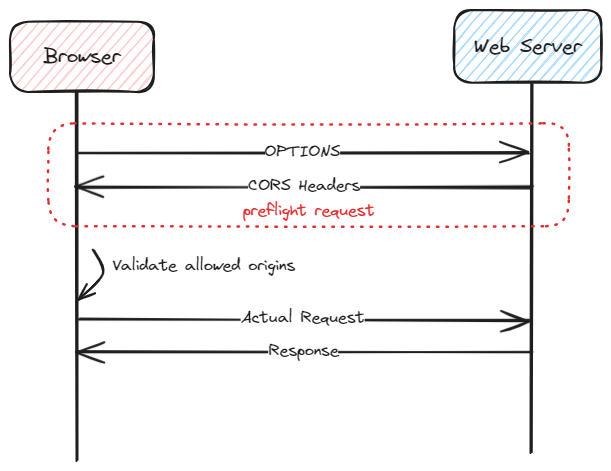
Above: static/img/cors.excalidraw.png in swaroopar/inprogress-engineer (Excalidraw), before the change. Source tidied: one line per element, renumbered; positions are measured from the earlier drawing's top-left corner, leaving out a move shared by most shapes.
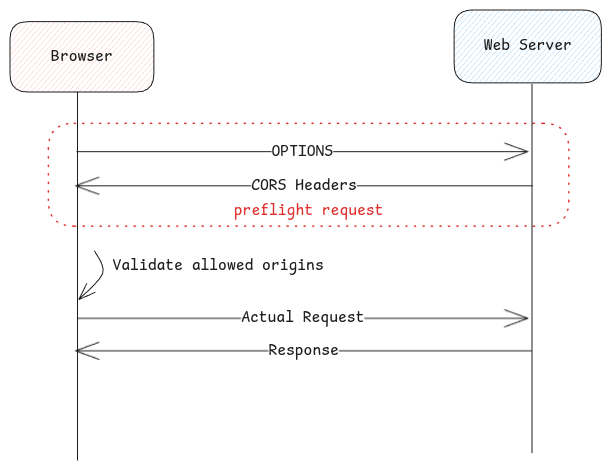
Above is the later version.

What changed in the source:
```diff
@@ -1,18 +1,18 @@
-{"id": 0, "type": "rectangle", "strokeColor": "#1e1e1e", "backgroundColor": "#ffc9c9", "fillStyle": "hachure", "strokeWidth": 2, "roughness": 1, "round": true, "x": 0, "y": 12, "width": 144, "height": 70}
+{"id": 0, "type": "rectangle", "strokeColor": "#1e1e1e", "backgroundColor": "#ffc9c9", "fillStyle": "hachure", "strokeWidth": 1, "roughness": 0, "round": true, "x": 0, "y": 12, "width": 144, "height": 70}
-{"id": 1, "type": "text", "text": "Browser", "strokeColor": "#1e1e1e", "strokeWidth": 2, "roughness": 1, "fontSize": 20, "fontFamily": 1, "textAlign": "center", "verticalAlign": "middle", "inside": 0, "x": 34, "y": 34, "width": 77, "height": 25}
+{"id": 1, "type": "text", "text": "Browser", "strokeColor": "#1e1e1e", "strokeWidth": 2, "roughness": 1, "fontSize": 16, "fontFamily": 8, "textAlign": "center", "verticalAlign": "middle", "inside": 0, "x": 41, "y": 37, "width": 62, "height": 20}
-{"id": 2, "type": "rectangle", "strokeColor": "#1e1e1e", "backgroundColor": "#a5d8ff", "fillStyle": "hachure", "strokeWidth": 2, "roughness": 1, "round": true, "x": 444, "y": 0, "width": 147, "height": 73}
+{"id": 2, "type": "rectangle", "strokeColor": "#1e1e1e", "backgroundColor": "#a5d8ff", "fillStyle": "hachure", "strokeWidth": 1, "roughness": 0, "round": true, "x": 444, "y": 0, "width": 147, "height": 73}
-{"id": 3, "type": "text", "text": "Web Server", "strokeColor": "#1e1e1e", "strokeWidth": 2, "roughness": 1, "fontSize": 20, "fontFamily": 1, "textAlign": "center", "verticalAlign": "middle", "inside": 2, "x": 464, "y": 24, "width": 108, "height": 25}
+{"id": 3, "type": "text", "text": "Web Server", "strokeColor": "#1e1e1e", "strokeWidth": 2, "roughness": 1, "fontSize": 16, "fontFamily": 8, "textAlign": "center", "verticalAlign": "middle", "inside": 2, "x": 474, "y": 26, "width": 88, "height": 20}
-{"id": 4, "type": "line", "strokeColor": "#1e1e1e", "strokeWidth": 2, "roughness": 1, "round": true, "x": 68, "y": 82, "width": 0, "height": 369, "points": [[0, 0], [0, 369]]}
+{"id": 4, "type": "line", "strokeColor": "#1e1e1e", "strokeWidth": 1, "roughness": 0, "round": true, "x": 68, "y": 82, "width": 0, "height": 369, "points": [[0, 0], [0, 369]]}
-{"id": 5, "type": "line", "strokeColor": "#1e1e1e", "strokeWidth": 2, "roughness": 1, "round": true, "x": 522, "y": 74, "width": 0, "height": 369, "points": [[0, 0], [0, 369]]}
+{"id": 5, "type": "line", "strokeColor": "#1e1e1e", "strokeWidth": 1, "roughness": 0, "round": true, "x": 522, "y": 74, "width": 0, "height": 369, "points": [[0, 0], [0, 369]]}
-{"id": 6, "type": "arrow", "strokeColor": "#1e1e1e", "strokeWidth": 2, "roughness": 1, "endArrowhead": "arrow", "round": true, "x": 67, "y": 142, "width": 451, "height": 0, "points": [[0, 0], [451, 0]]}
+{"id": 6, "type": "arrow", "strokeColor": "#1e1e1e", "strokeWidth": 1, "roughness": 0, "endArrowhead": "arrow", "round": true, "x": 67, "y": 142, "width": 451, "height": 0, "points": [[0, 0], [451, 0]]}
-{"id": 7, "type": "text", "text": "OPTIONS", "strokeColor": "#1e1e1e", "strokeWidth": 2, "roughness": 1, "fontSize": 16, "fontFamily": 1, "textAlign": "center", "verticalAlign": "middle", "inside": 6, "x": 255, "y": 132, "width": 75, "height": 20}
+{"id": 7, "type": "text", "text": "OPTIONS", "strokeColor": "#1e1e1e", "strokeWidth": 2, "roughness": 1, "fontSize": 16, "fontFamily": 8, "textAlign": "center", "verticalAlign": "middle", "inside": 6, "x": 262, "y": 132, "width": 62, "height": 20}
-{"id": 8, "type": "arrow", "strokeColor": "#1e1e1e", "strokeWidth": 2, "roughness": 1, "endArrowhead": "arrow", "round": true, "x": 522, "y": 176, "width": 457, "height": 0, "points": [[0, 0], [-457, 0]]}
+{"id": 8, "type": "arrow", "strokeColor": "#1e1e1e", "strokeWidth": 1, "roughness": 0, "endArrowhead": "arrow", "round": true, "x": 522, "y": 176, "width": 457, "height": 0, "points": [[0, 0], [-457, 0]]}
-{"id": 9, "type": "text", "text": "CORS Headers", "strokeColor": "#1e1e1e", "strokeWidth": 2, "roughness": 1, "fontSize": 16, "fontFamily": 1, "textAlign": "center", "verticalAlign": "middle", "inside": 8, "x": 238, "y": 166, "width": 112, "height": 20}
+{"id": 9, "type": "text", "text": "CORS Headers", "strokeColor": "#1e1e1e", "strokeWidth": 2, "roughness": 1, "fontSize": 16, "fontFamily": 8, "textAlign": "center", "verticalAlign": "middle", "inside": 8, "x": 241, "y": 166, "width": 106, "height": 20}
-{"id": 10, "type": "rectangle", "strokeColor": "#e03131", "strokeWidth": 2, "strokeStyle": "dotted", "roughness": 1, "round": true, "x": 38, "y": 113, "width": 520, "height": 103}
+{"id": 10, "type": "rectangle", "strokeColor": "#e03131", "strokeWidth": 1, "strokeStyle": "dotted", "roughness": 0, "round": true, "x": 38, "y": 113, "width": 520, "height": 103}
-{"id": 11, "type": "text", "text": "preflight request", "strokeColor": "#e03131", "strokeWidth": 2, "roughness": 1, "fontSize": 16, "fontFamily": 1, "textAlign": "center", "verticalAlign": "bottom", "inside": 10, "x": 233, "y": 191, "width": 132, "height": 20}
+{"id": 11, "type": "text", "text": "preflight request", "strokeColor": "#e03131", "strokeWidth": 2, "roughness": 1, "fontSize": 16, "fontFamily": 8, "textAlign": "center", "verticalAlign": "bottom", "inside": 10, "x": 224, "y": 191, "width": 150, "height": 20}
-{"id": 12, "type": "arrow", "strokeColor": "#1e1e1e", "backgroundColor": "#a5d8ff", "fillStyle": "hachure", "strokeWidth": 2, "roughness": 1, "endArrowhead": "arrow", "round": true, "x": 68, "y": 308, "width": 450, "height": 0, "points": [[0, 0], [450, 0]]}
+{"id": 12, "type": "arrow", "strokeColor": "#1e1e1e", "backgroundColor": "#a5d8ff", "fillStyle": "hachure", "strokeWidth": 1, "roughness": 0, "endArrowhead": "arrow", "round": true, "x": 68, "y": 308, "width": 450, "height": 0, "points": [[0, 0], [450, 0]]}
-{"id": 13, "type": "text", "text": "Actual Request", "strokeColor": "#1e1e1e", "backgroundColor": "#a5d8ff", "fillStyle": "hachure", "strokeWidth": 2, "roughness": 1, "fontSize": 16, "fontFamily": 1, "textAlign": "center", "verticalAlign": "middle", "inside": 12, "x": 231, "y": 298, "width": 123, "height": 20}
+{"id": 13, "type": "text", "text": "Actual Request", "strokeColor": "#1e1e1e", "backgroundColor": "#a5d8ff", "fillStyle": "hachure", "strokeWidth": 2, "roughness": 1, "fontSize": 16, "fontFamily": 8, "textAlign": "center", "verticalAlign": "middle", "inside": 12, "x": 231, "y": 298, "width": 123, "height": 20}
-{"id": 14, "type": "arrow", "strokeColor": "#1e1e1e", "backgroundColor": "#a5d8ff", "fillStyle": "hachure", "strokeWidth": 2, "roughness": 1, "endArrowhead": "arrow", "round": true, "x": 522, "y": 341, "width": 456, "height": 0, "points": [[0, 0], [-456, 0]]}
+{"id": 14, "type": "arrow", "strokeColor": "#1e1e1e", "backgroundColor": "#a5d8ff", "fillStyle": "hachure", "strokeWidth": 1, "roughness": 0, "endArrowhead": "arrow", "round": true, "x": 522, "y": 341, "width": 456, "height": 0, "points": [[0, 0], [-456, 0]]}
-{"id": 15, "type": "text", "text": "Response", "strokeColor": "#1e1e1e", "backgroundColor": "#a5d8ff", "fillStyle": "hachure", "strokeWidth": 2, "roughness": 1, "fontSize": 16, "fontFamily": 1, "textAlign": "center", "verticalAlign": "middle", "inside": 14, "x": 259, "y": 331, "width": 70, "height": 20}
+{"id": 15, "type": "text", "text": "Response", "strokeColor": "#1e1e1e", "backgroundColor": "#a5d8ff", "fillStyle": "hachure", "strokeWidth": 2, "roughness": 1, "fontSize": 16, "fontFamily": 8, "textAlign": "center", "verticalAlign": "middle", "inside": 14, "x": 258, "y": 331, "width": 70, "height": 20}
-{"id": 16, "type": "arrow", "strokeColor": "#1e1e1e", "backgroundColor": "#a5d8ff", "fillStyle": "hachure", "strokeWidth": 2, "roughness": 1, "endArrowhead": "arrow", "round": true, "from": 10, "x": 85, "y": 241, "width": 24, "height": 49, "points": [[0, 0], [8, 22], [-16, 49]]}
+{"id": 16, "type": "arrow", "strokeColor": "#1e1e1e", "backgroundColor": "#a5d8ff", "fillStyle": "hachure", "strokeWidth": 1, "roughness": 0, "endArrowhead": "arrow", "round": true, "from": 10, "x": 85, "y": 241, "width": 24, "height": 49, "points": [[0, 0], [8, 22], [-16, 49]]}
-{"id": 17, "type": "text", "text": "Validate allowed origins", "strokeColor": "#1e1e1e", "backgroundColor": "#a5d8ff", "fillStyle": "hachure", "strokeWidth": 2, "roughness": 1, "fontSize": 16, "fontFamily": 1, "x": 102, "y": 246, "width": 183, "height": 20}
+{"id": 17, "type": "text", "text": "Validate allowed origins", "strokeColor": "#1e1e1e", "backgroundColor": "#a5d8ff", "fillStyle": "hachure", "strokeWidth": 1, "roughness": 0, "fontSize": 16, "fontFamily": 8, "x": 102, "y": 246, "width": 211, "height": 20}
```
